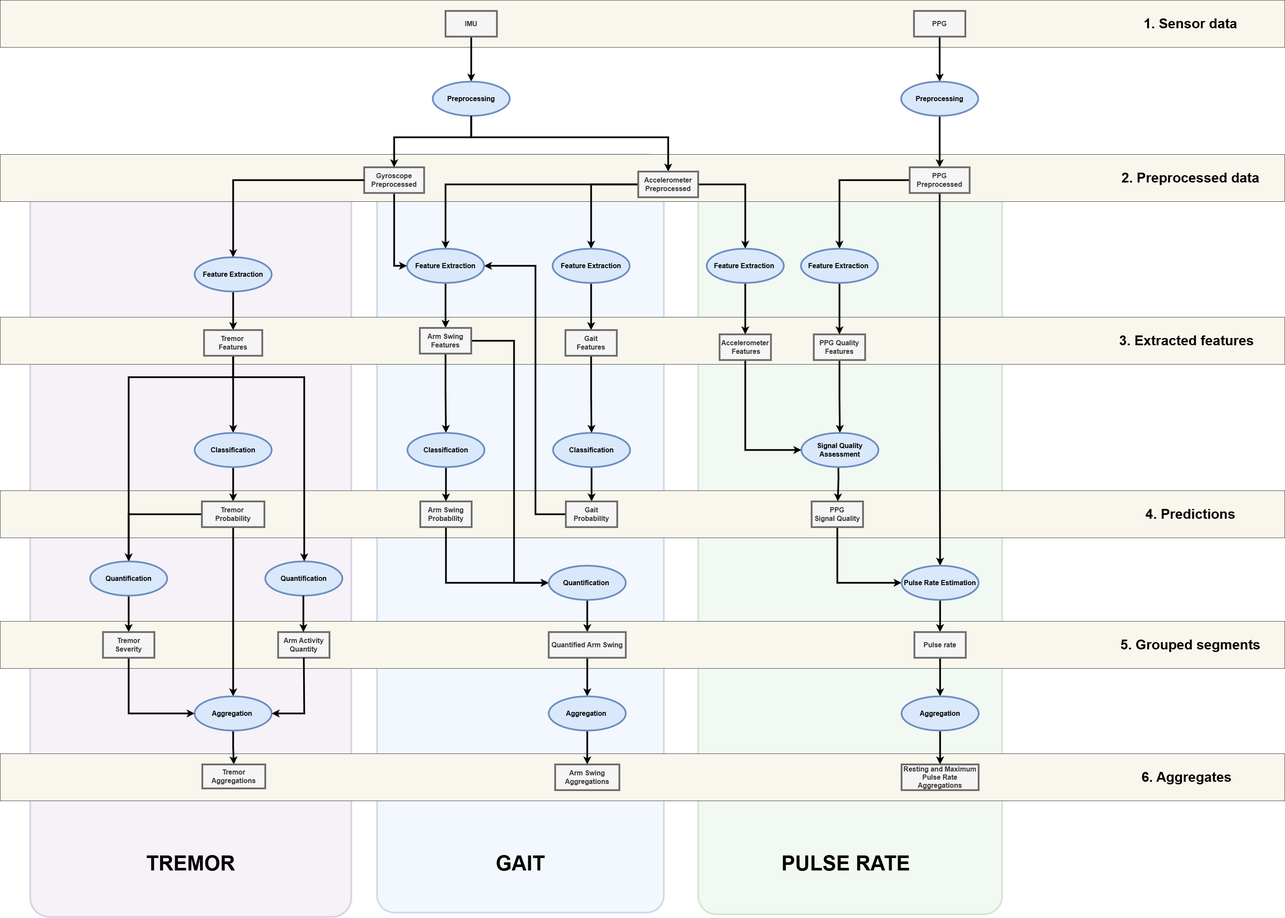
Above: docs/source/_static/img/pipeline-architecture.png in biomarkersParkinson/paradigma (draw.io), before the change. Source tidied: cells renumbered, new cells last; positions are measured from the earlier drawing's top-left corner, leaving out a move shared by most shapes.
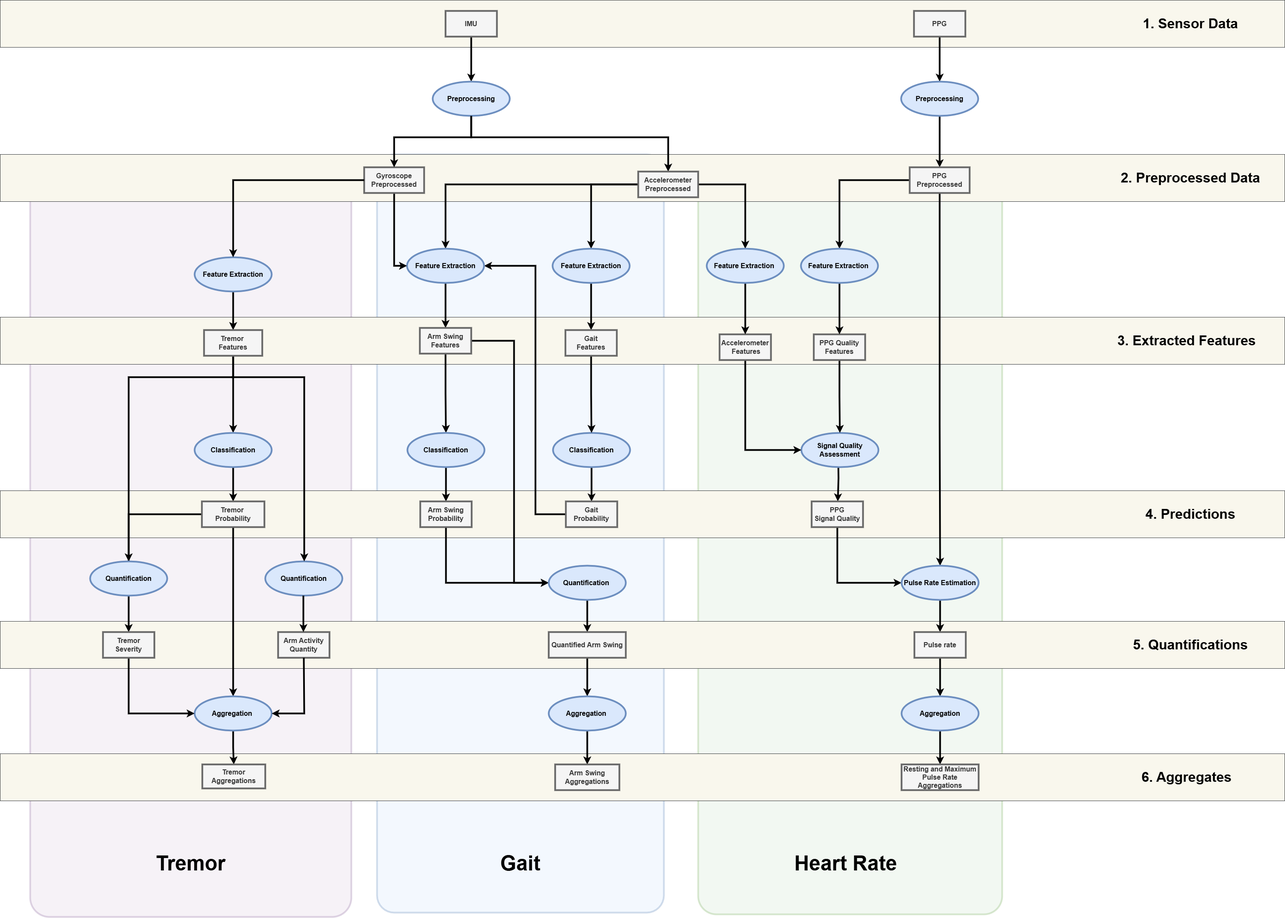
Above is the later version.

Commit message:
Add table of data requirements

The edit, as a diff of the source:
```diff
@@ -333,22 +333,22 @@
     <mxCell id="89" value="Tremor Severity" style="rounded=0;whiteSpace=wrap;html=1;fontSize=16;fillColor=#f5f5f5;strokeColor=#666666;fontStyle=1;strokeWidth=4;fontColor=#333333;" parent="1" vertex="1">
       <mxGeometry x="240" y="1475" width="120" height="60" as="geometry" />
     </mxCell>
-    <mxCell id="90" value="&lt;font style=&quot;font-size: 48px;&quot;&gt;&lt;span&gt;TREMOR&lt;/span&gt;&lt;/font&gt;" style="text;html=1;strokeColor=none;fillColor=none;align=center;verticalAlign=middle;whiteSpace=wrap;rounded=0;fontStyle=1;strokeWidth=4;" parent="1" vertex="1">
+    <mxCell id="90" value="&lt;font style=&quot;font-size: 48px;&quot;&gt;&lt;span&gt;Tremor&lt;/span&gt;&lt;/font&gt;" style="text;html=1;strokeColor=none;fillColor=none;align=center;verticalAlign=middle;whiteSpace=wrap;rounded=0;fontStyle=1;strokeWidth=4;" parent="1" vertex="1">
       <mxGeometry x="315" y="1970" width="260" height="90" as="geometry" />
     </mxCell>
-    <mxCell id="91" value="&lt;font style=&quot;font-size: 48px;&quot;&gt;&lt;span&gt;GAIT&lt;/span&gt;&lt;/font&gt;" style="text;html=1;strokeColor=none;fillColor=none;align=center;verticalAlign=middle;whiteSpace=wrap;rounded=0;fontStyle=1;strokeWidth=4;" parent="1" vertex="1">
+    <mxCell id="91" value="&lt;font style=&quot;font-size: 48px;&quot;&gt;&lt;span&gt;Gait&lt;/span&gt;&lt;/font&gt;" style="text;html=1;strokeColor=none;fillColor=none;align=center;verticalAlign=middle;whiteSpace=wrap;rounded=0;fontStyle=1;strokeWidth=4;" parent="1" vertex="1">
       <mxGeometry x="1085" y="1970" width="260" height="90" as="geometry" />
     </mxCell>
-    <mxCell id="92" value="&lt;font style=&quot;font-size: 48px;&quot;&gt;&lt;span&gt;PULSE RATE&lt;/span&gt;&lt;/font&gt;" style="text;html=1;strokeColor=none;fillColor=none;align=center;verticalAlign=middle;whiteSpace=wrap;rounded=0;fontStyle=1;strokeWidth=4;" parent="1" vertex="1">
+    <mxCell id="92" value="&lt;font style=&quot;font-size: 48px;&quot;&gt;&lt;span&gt;Heart Rate&lt;/span&gt;&lt;/font&gt;" style="text;html=1;strokeColor=none;fillColor=none;align=center;verticalAlign=middle;whiteSpace=wrap;rounded=0;fontStyle=1;strokeWidth=4;" parent="1" vertex="1">
       <mxGeometry x="1720" y="1970" width="510" height="90" as="geometry" />
     </mxCell>
-    <mxCell id="93" value="&lt;span style=&quot;font-size: 32px;&quot;&gt;&lt;span style=&quot;font-size: 32px;&quot;&gt;1. Sensor data&lt;/span&gt;&lt;/span&gt;" style="text;html=1;strokeColor=none;fillColor=none;align=center;verticalAlign=middle;whiteSpace=wrap;rounded=0;fontSize=32;fontStyle=1;strokeWidth=4;" parent="1" vertex="1">
+    <mxCell id="93" value="&lt;span style=&quot;font-size: 32px;&quot;&gt;&lt;span style=&quot;font-size: 32px;&quot;&gt;1. Sensor Data&lt;/span&gt;&lt;/span&gt;" style="text;html=1;strokeColor=none;fillColor=none;align=center;verticalAlign=middle;whiteSpace=wrap;rounded=0;fontSize=32;fontStyle=1;strokeWidth=4;" parent="1" vertex="1">
       <mxGeometry x="2650" y="10" width="260" height="90" as="geometry" />
     </mxCell>
-    <mxCell id="94" value="&lt;span style=&quot;font-size: 32px;&quot;&gt;&lt;span style=&quot;font-size: 32px;&quot;&gt;2. Preprocessed data&lt;br style=&quot;font-size: 32px;&quot;&gt;&lt;/span&gt;&lt;/span&gt;" style="text;html=1;strokeColor=none;fillColor=none;align=center;verticalAlign=middle;whiteSpace=wrap;rounded=0;fontSize=32;fontStyle=1;strokeWidth=4;" parent="1" vertex="1">
+    <mxCell id="94" value="&lt;span style=&quot;font-size: 32px;&quot;&gt;&lt;span style=&quot;font-size: 32px;&quot;&gt;2. Preprocessed Data&lt;br style=&quot;font-size: 32px;&quot;&gt;&lt;/span&gt;&lt;/span&gt;" style="text;html=1;strokeColor=none;fillColor=none;align=center;verticalAlign=middle;whiteSpace=wrap;rounded=0;fontSize=32;fontStyle=1;strokeWidth=4;" parent="1" vertex="1">
       <mxGeometry x="2600" y="370" width="360" height="90" as="geometry" />
     </mxCell>
-    <mxCell id="95" value="&lt;span style=&quot;font-size: 32px;&quot;&gt;&lt;span style=&quot;font-size: 32px;&quot;&gt;3. Extracted features&lt;br style=&quot;font-size: 32px;&quot;&gt;&lt;/span&gt;&lt;/span&gt;" style="text;html=1;strokeColor=none;fillColor=none;align=center;verticalAlign=middle;whiteSpace=wrap;rounded=0;fontSize=32;fontStyle=1;strokeWidth=4;" parent="1" vertex="1">
+    <mxCell id="95" value="&lt;span style=&quot;font-size: 32px;&quot;&gt;&lt;span style=&quot;font-size: 32px;&quot;&gt;3. Extracted Features&lt;br style=&quot;font-size: 32px;&quot;&gt;&lt;/span&gt;&lt;/span&gt;" style="text;html=1;strokeColor=none;fillColor=none;align=center;verticalAlign=middle;whiteSpace=wrap;rounded=0;fontSize=32;fontStyle=1;strokeWidth=4;" parent="1" vertex="1">
       <mxGeometry x="2591" y="750" width="360" height="90" as="geometry" />
     </mxCell>
     <mxCell id="96" value="4. Predictions" style="text;strokeColor=none;fillColor=none;align=center;verticalAlign=middle;whiteSpace=wrap;rounded=0;fontStyle=1;fontSize=32;strokeWidth=4;" parent="1" vertex="1">
@@ -357,7 +357,7 @@
     <mxCell id="97" value="&lt;span style=&quot;font-size: 32px;&quot;&gt;&lt;span style=&quot;font-size: 32px;&quot;&gt;6. Aggregates&lt;br style=&quot;font-size: 32px;&quot;&gt;&lt;/span&gt;&lt;/span&gt;" style="text;html=1;strokeColor=none;fillColor=none;align=center;verticalAlign=middle;whiteSpace=wrap;rounded=0;fontSize=32;fontStyle=1;strokeWidth=4;" parent="1" vertex="1">
       <mxGeometry x="2591" y="1769" width="360" height="90" as="geometry" />
     </mxCell>
-    <mxCell id="98" value="5. Grouped segments" style="text;strokeColor=none;fillColor=none;align=center;verticalAlign=middle;whiteSpace=wrap;rounded=0;fontStyle=1;fontSize=32;strokeWidth=4;" parent="1" vertex="1">
+    <mxCell id="98" value="5. Quantifications" style="text;strokeColor=none;fillColor=none;align=center;verticalAlign=middle;whiteSpace=wrap;rounded=0;fontStyle=1;fontSize=32;strokeWidth=4;" parent="1" vertex="1">
       <mxGeometry x="2600" y="1460" width="360" height="90" as="geometry" />
     </mxCell>
     <mxCell id="99" value="Quantification" style="ellipse;whiteSpace=wrap;html=1;fontSize=16;fontStyle=1;strokeWidth=4;fillColor=#dae8fc;strokeColor=#6c8ebf;" parent="1" vertex="1">
```
